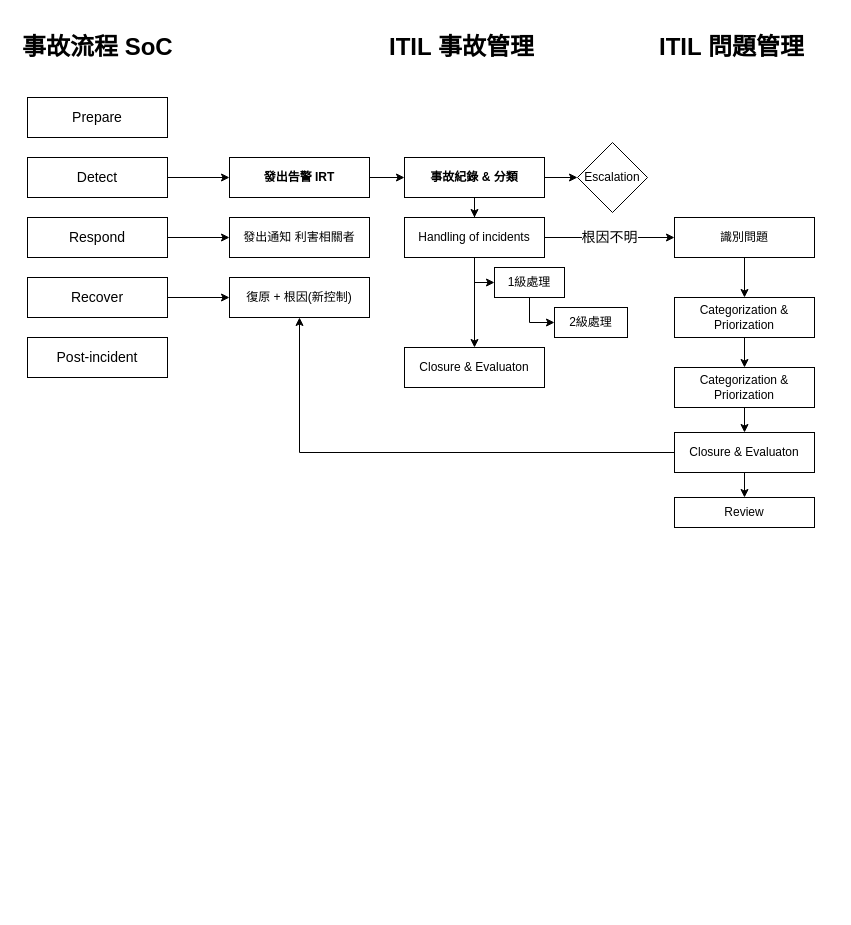
digipenguin/drawio keeps this draw.io diagram as CCSP.drawio. Above is the earlier version. Source tidied: cells renumbered, new cells numbered last; positions are measured from the earlier drawing's top-left corner, leaving out a move shared by most shapes. Both pictures are drawn from the tidied source at 100%, with x=0, y=0 at pixel (17, 27).
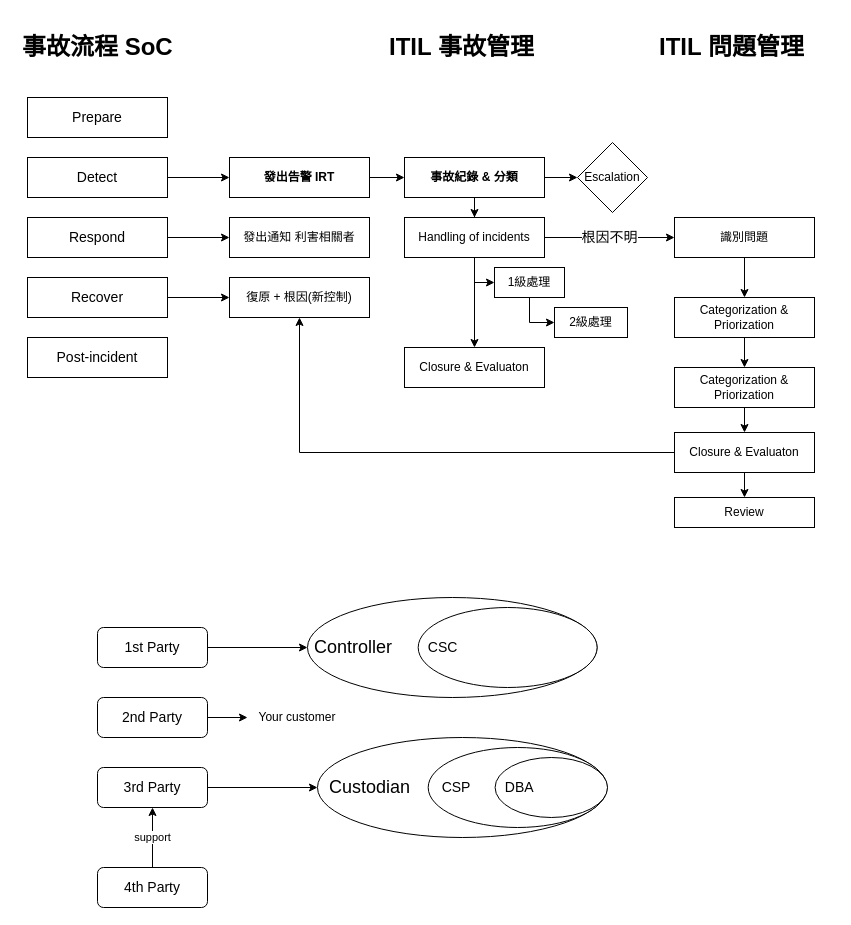
Above is the later version.

Change to the diagram source:
```diff
@@
+    <mxCell id="39" style="edgeStyle=orthogonalEdgeStyle;rounded=0;jettySize=auto;html=1;entryX=0;entryY=0.5;entryDx=0;entryDy=0;" parent="1" edge="1" source="40" target="52">
+      <mxGeometry relative="1" as="geometry" />
+    </mxCell>
+    <mxCell id="40" value="&lt;font style=&quot;font-size: 14px;&quot;&gt;1st Party&lt;/font&gt;" style="rounded=1;whiteSpace=wrap;html=1;" parent="1" vertex="1">
+      <mxGeometry x="80" y="600" width="110" height="40" as="geometry" />
+    </mxCell>
+    <mxCell id="41" style="edgeStyle=orthogonalEdgeStyle;rounded=0;jettySize=auto;html=1;" parent="1" edge="1" source="42" target="54">
+      <mxGeometry relative="1" as="geometry" />
+    </mxCell>
+    <mxCell id="42" value="&lt;font style=&quot;font-size: 14px;&quot;&gt;2nd Party&lt;/font&gt;" style="rounded=1;whiteSpace=wrap;html=1;" parent="1" vertex="1">
+      <mxGeometry x="80" y="670" width="110" height="40" as="geometry" />
+    </mxCell>
+    <mxCell id="43" style="edgeStyle=orthogonalEdgeStyle;rounded=0;jettySize=auto;html=1;entryX=0;entryY=0.5;entryDx=0;entryDy=0;" parent="1" edge="1" source="44" target="48">
+      <mxGeometry relative="1" as="geometry" />
+    </mxCell>
+    <mxCell id="44" value="&lt;font style=&quot;font-size: 14px;&quot;&gt;3rd Party&lt;/font&gt;" style="rounded=1;whiteSpace=wrap;html=1;" parent="1" vertex="1">
+      <mxGeometry x="80" y="740" width="110" height="40" as="geometry" />
+    </mxCell>
+    <mxCell id="45" value="support" style="edgeStyle=orthogonalEdgeStyle;rounded=0;jettySize=auto;html=1;" parent="1" edge="1" source="46" target="44">
+      <mxGeometry relative="1" as="geometry" />
+    </mxCell>
+    <mxCell id="46" value="&lt;font style=&quot;font-size: 14px;&quot;&gt;4th Party&lt;/font&gt;" style="rounded=1;whiteSpace=wrap;html=1;" parent="1" vertex="1">
+      <mxGeometry x="80" y="840" width="110" height="40" as="geometry" />
+    </mxCell>
+    <mxCell id="47" style="group;" parent="1" vertex="1">
+      <mxGeometry x="300" y="710" width="290" height="100" as="geometry" />
+    </mxCell>
+    <mxCell id="48" value="&lt;font style=&quot;font-size: 18px;&quot;&gt;&amp;nbsp; Custodian&lt;/font&gt;" style="ellipse;whiteSpace=wrap;html=1;align=left;" parent="47" vertex="1">
+      <mxGeometry width="289.6" height="100" as="geometry" />
+    </mxCell>
+    <mxCell id="49" value="&lt;font style=&quot;font-size: 14px;&quot;&gt;&amp;nbsp; &amp;nbsp;CSP&lt;/font&gt;" style="ellipse;whiteSpace=wrap;html=1;align=left;" parent="47" vertex="1">
+      <mxGeometry x="110.7" y="10" width="178.9" height="80" as="geometry" />
+    </mxCell>
+    <mxCell id="50" value="&lt;span style=&quot;font-size: 14px;&quot;&gt;&amp;nbsp; DBA&lt;/span&gt;" style="ellipse;whiteSpace=wrap;html=1;align=left;" parent="47" vertex="1">
+      <mxGeometry x="177.6" y="20" width="112.4" height="60" as="geometry" />
+    </mxCell>
+    <mxCell id="51" style="group;" parent="1" vertex="1">
+      <mxGeometry x="290" y="570" width="290" height="100" as="geometry" />
+    </mxCell>
+    <mxCell id="52" value="&lt;font style=&quot;font-size: 18px;&quot;&gt;&amp;nbsp;Controller&lt;/font&gt;" style="ellipse;whiteSpace=wrap;html=1;align=left;" parent="51" vertex="1">
+      <mxGeometry width="289.6" height="100" as="geometry" />
+    </mxCell>
+    <mxCell id="53" value="&lt;span style=&quot;font-size: 14px;&quot;&gt;&amp;nbsp; CSC&lt;/span&gt;" style="ellipse;whiteSpace=wrap;html=1;align=left;" parent="51" vertex="1">
+      <mxGeometry x="110.7" y="10" width="178.9" height="80" as="geometry" />
+    </mxCell>
+    <mxCell id="54" value="Your customer" style="text;html=1;align=center;verticalAlign=middle;whiteSpace=wrap;rounded=0;" parent="1" vertex="1">
+      <mxGeometry x="230" y="675" width="100" height="30" as="geometry" />
+    </mxCell>
```
